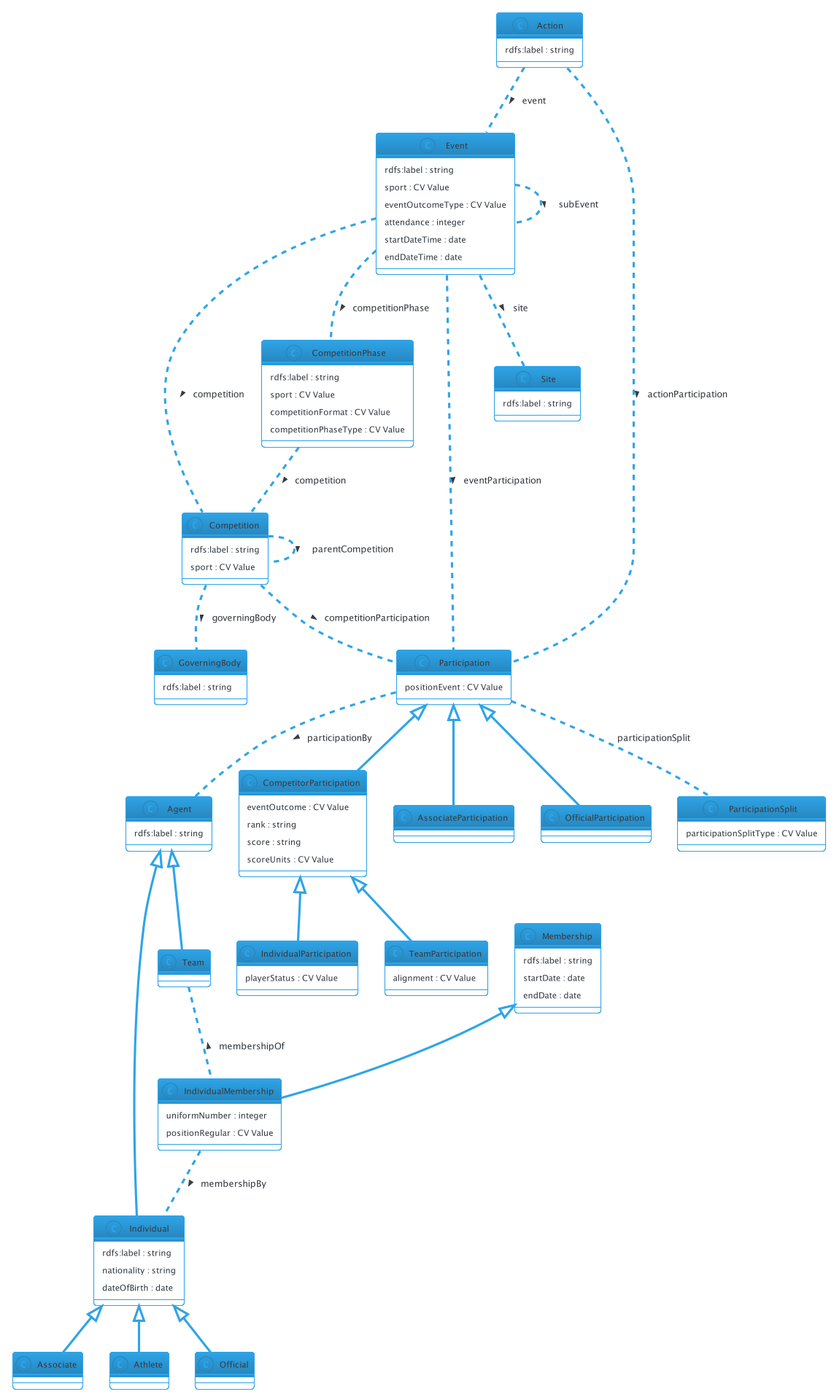
The PlantUML diagram docs/diagrams/iptc-sport-model.png in iptc/sport-schema, before a commit.
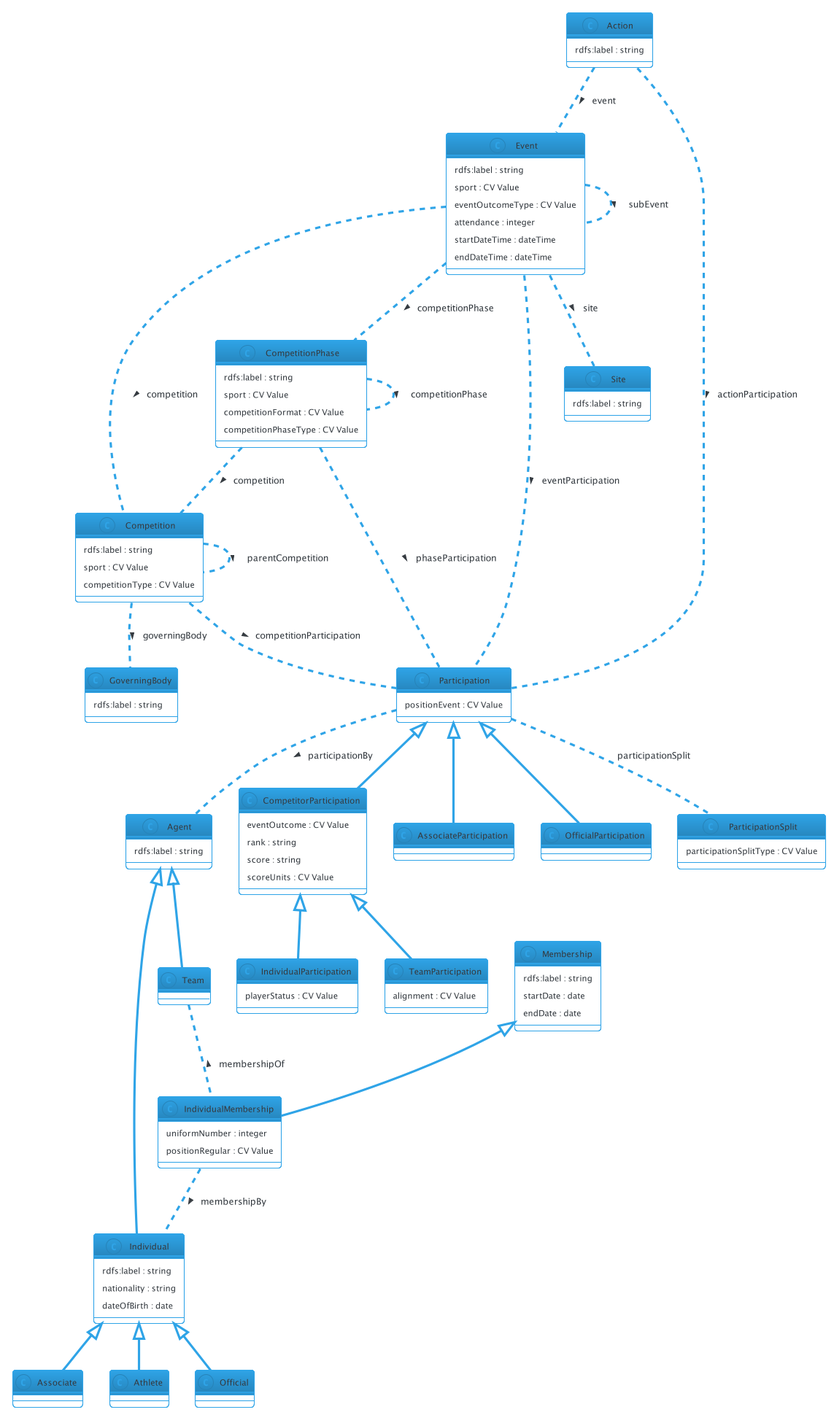
The same diagram one commit later.

Commit message:
Keep diagram up to date

What changed in the source:
```diff
@@ -19,6 +19,7 @@
 class Competition {
   rdfs:label : string
   sport : CV Value
+  competitionType : CV Value
 }
 
 class CompetitorParticipation {
@@ -40,8 +41,8 @@
   sport : CV Value
   eventOutcomeType : CV Value
   attendance : integer
-  startDateTime : date
-  endDateTime : date
+  startDateTime : dateTime
+  endDateTime : dateTime
 }
 
 class GoverningBody {
@@ -117,6 +118,8 @@
 Competition .. GoverningBody : > governingBody
 Competition .. Participation : > competitionParticipation
 CompetitionPhase .. Competition : > competition
+CompetitionPhase .. Participation : > phaseParticipation
+CompetitionPhase .. CompetitionPhase : > competitionPhase
 Event .. Competition : > competition
 Event .. CompetitionPhase : > competitionPhase
 Event .. Event : > subEvent
```
